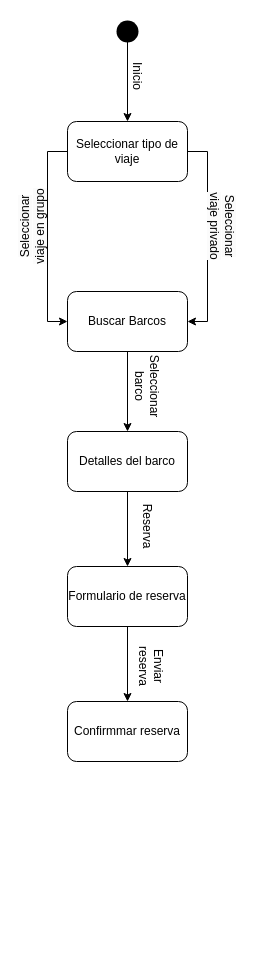
This is Diagramas/Estat_XaJo.drawio from joam6/Sailing_XaJo, a draw.io file, before an edit. Source tidied: cells renumbered, new cells numbered last; positions are measured from the earlier drawing's top-left corner, leaving out a move shared by most shapes. Both pictures are drawn from the tidied source at 100%, with x=0, y=0 at pixel (-13, 21).
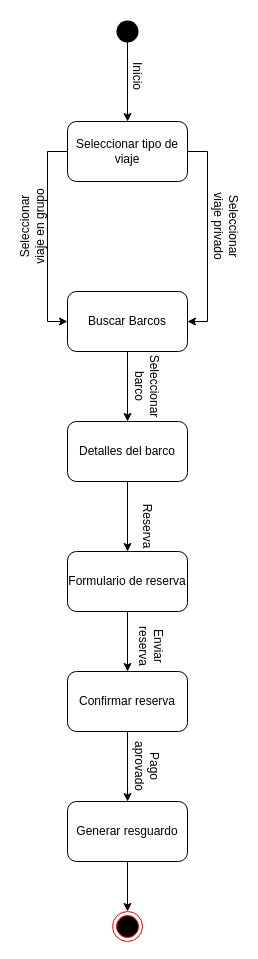
Above is the later version.

What changed in the source:
```diff
@@
     <mxCell id="4" value="Detalles del barco" style="rounded=1;whiteSpace=wrap;html=1;" parent="1" vertex="1">
-      <mxGeometry x="80" y="410" width="120" height="60" as="geometry" />
+      <mxGeometry x="80" y="400" width="120" height="60" as="geometry" />
     </mxCell>
@@
     <mxCell id="6" value="Formulario de reserva" style="rounded=1;whiteSpace=wrap;html=1;" parent="1" vertex="1">
-      <mxGeometry x="80" y="545" width="120" height="60" as="geometry" />
+      <mxGeometry x="80" y="530" width="120" height="60" as="geometry" />
     </mxCell>
@@
     <mxCell id="14" value="&lt;span style=&quot;color: rgb(0, 0, 0); font-family: Helvetica; font-size: 12px; font-style: normal; font-variant-ligatures: normal; font-variant-caps: normal; font-weight: 400; letter-spacing: normal; orphans: 2; text-align: center; text-indent: 0px; text-transform: none; widows: 2; word-spacing: 0px; -webkit-text-stroke-width: 0px; white-space: normal; background-color: rgb(251, 251, 251); text-decoration-thickness: initial; text-decoration-style: initial; text-decoration-color: initial; display: inline !important; float: none;&quot;&gt;Seleccionar viaje privado&lt;/span&gt;" style="text;html=1;align=center;verticalAlign=middle;whiteSpace=wrap;rounded=0;rotation=90;" parent="1" vertex="1">
-      <mxGeometry x="190" y="190" width="90" height="30" as="geometry" />
+      <mxGeometry x="194" y="190" width="90" height="30" as="geometry" />
     </mxCell>
@@
+    <mxCell id="20" style="edgeStyle=orthogonalEdgeStyle;rounded=0;jettySize=auto;html=1;exitX=0.5;exitY=1;exitDx=0;exitDy=0;entryX=0.5;entryY=0;entryDx=0;entryDy=0;" parent="1" edge="1" source="18" target="22">
+      <mxGeometry relative="1" as="geometry" />
+    </mxCell>
-    <mxCell id="18" value="Confirmmar reserva" style="rounded=1;whiteSpace=wrap;html=1;" parent="1" vertex="1">
-      <mxGeometry x="80" y="680" width="120" height="60" as="geometry" />
+    <mxCell id="18" value="Confirmar reserva" style="rounded=1;whiteSpace=wrap;html=1;" parent="1" vertex="1">
+      <mxGeometry x="80" y="650" width="120" height="60" as="geometry" />
     </mxCell>
     <mxCell id="19" value="Enviar reserva" style="text;html=1;align=center;verticalAlign=middle;whiteSpace=wrap;rounded=0;rotation=90;" parent="1" vertex="1">
-      <mxGeometry x="134" y="630" width="60" height="30" as="geometry" />
+      <mxGeometry x="134" y="610" width="60" height="30" as="geometry" />
     </mxCell>
+    <mxCell id="21" style="edgeStyle=orthogonalEdgeStyle;rounded=0;jettySize=auto;html=1;exitX=0.5;exitY=1;exitDx=0;exitDy=0;entryX=0.5;entryY=0;entryDx=0;entryDy=0;" parent="1" edge="1" source="22" target="24">
+      <mxGeometry relative="1" as="geometry" />
+    </mxCell>
+    <mxCell id="22" value="Generar resguardo" style="rounded=1;whiteSpace=wrap;html=1;" parent="1" vertex="1">
+      <mxGeometry x="80" y="780" width="120" height="60" as="geometry" />
+    </mxCell>
+    <mxCell id="23" value="Pago aprovado" style="text;html=1;align=center;verticalAlign=middle;whiteSpace=wrap;rounded=0;rotation=90;" parent="1" vertex="1">
+      <mxGeometry x="130" y="730" width="60" height="30" as="geometry" />
+    </mxCell>
+    <mxCell id="24" style="ellipse;html=1;shape=endState;fillColor=#000000;strokeColor=#ff0000;" parent="1" vertex="1">
+      <mxGeometry x="125" y="890" width="30" height="30" as="geometry" />
+    </mxCell>
```
